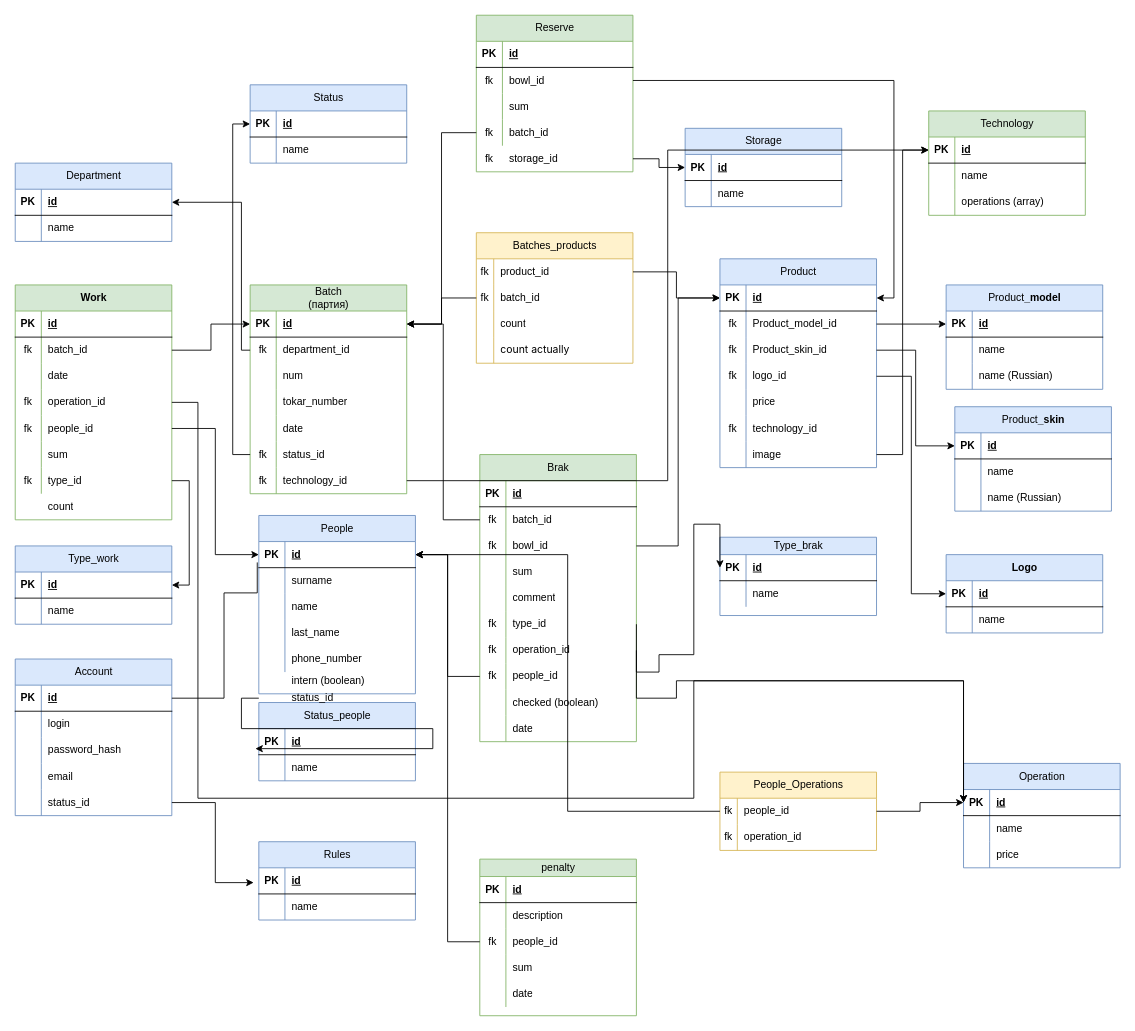
This is CosmoCRM.drawio from OGdanik/db_diagrams, a draw.io file, before an edit. Source tidied: cells renumbered, new cells numbered last; positions are measured from the earlier drawing's top-left corner, leaving out a move shared by most shapes. Both pictures are drawn from the tidied source at 87%, with x=0, y=0 at pixel (15, 15).
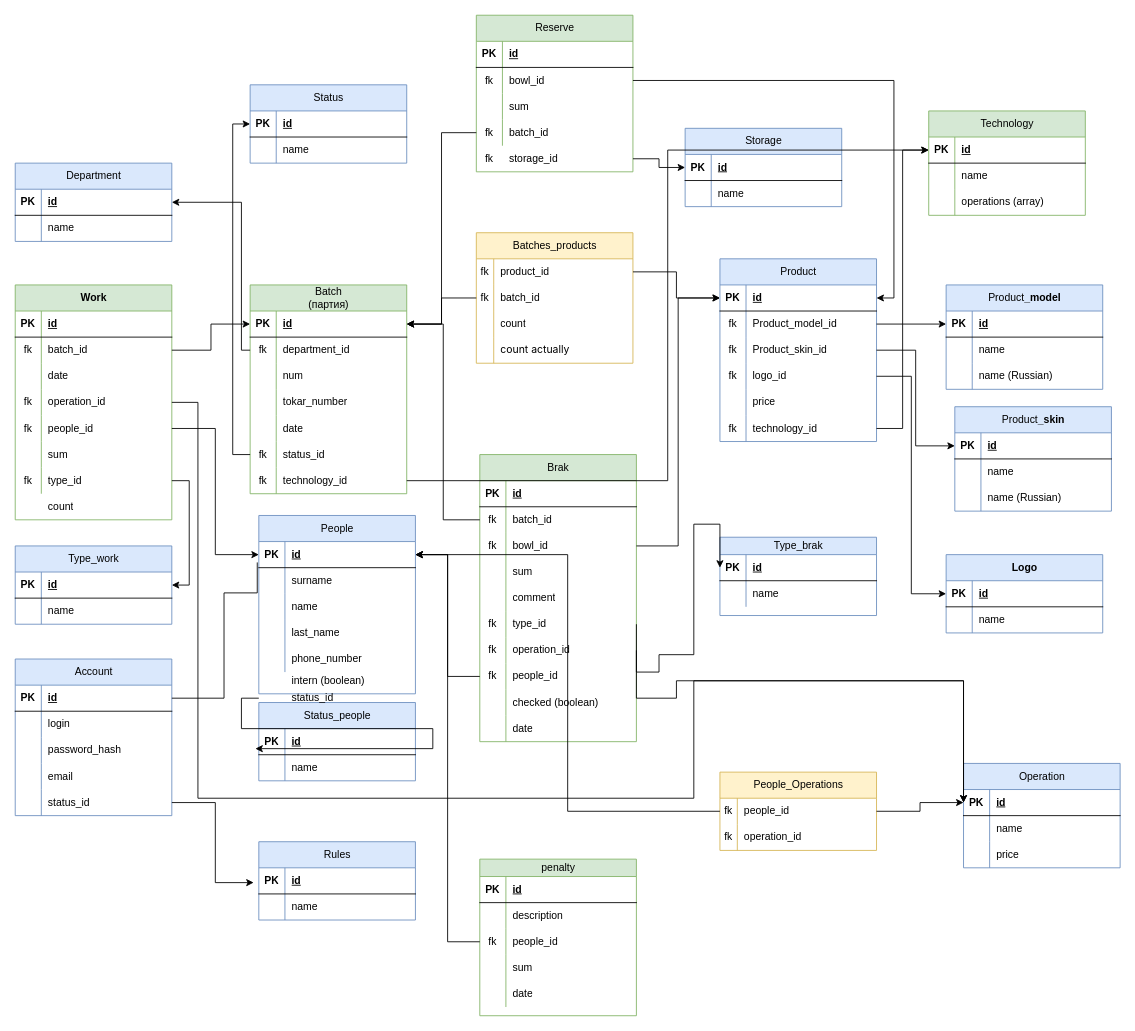
Above is the later version.

The change refers to these unchanged cells:
```xml
<mxCell id="53" style="shape=tableRow;horizontal=0;startSize=0;swimlaneHead=0;swimlaneBody=0;fillColor=none;points=[[0,0.5],[1,0.5]];portConstraint=eastwest;top=0;left=0;right=0;bottom=0;" parent="37" vertex="1">
  <mxGeometry y="180" width="180" height="30" as="geometry" />
</mxCell>
<mxCell id="208" style="shape=tableRow;horizontal=0;startSize=0;swimlaneHead=0;swimlaneBody=0;fillColor=none;points=[[0,0.5],[1,0.5]];portConstraint=eastwest;top=0;left=0;right=0;bottom=1;" parent="207" vertex="1">
  <mxGeometry y="30" width="180" height="30" as="geometry" />
</mxCell>
```

Diff of the diagram source:
```diff
@@
     <mxCell id="37" value="&lt;span style=&quot;font-weight: 400; text-wrap: wrap;&quot;&gt;Product&lt;/span&gt;" style="shape=table;startSize=30;childLayout=tableLayout;rowLines=0;fontStyle=1;align=center;html=1;fillColor=#dae8fc;strokeColor=#6c8ebf;" parent="1" vertex="1">
-      <mxGeometry x="810" y="280" width="180" height="240" as="geometry" />
+      <mxGeometry x="810" y="280" width="180" height="210" as="geometry" />
     </mxCell>
@@
-    <mxCell id="56" style="shape=tableRow;horizontal=0;startSize=0;swimlaneHead=0;swimlaneBody=0;fillColor=none;points=[[0,0.5],[1,0.5]];portConstraint=eastwest;top=0;left=0;right=0;bottom=0;" parent="37" vertex="1">
-      <mxGeometry y="210" width="180" height="30" as="geometry" />
-    </mxCell>
-    <mxCell id="57" style="shape=partialRectangle;fillColor=none;top=0;left=0;bottom=0;right=0;overflow=hidden;whiteSpace=wrap;html=1;" parent="56" vertex="1">
-      <mxGeometry width="30" height="30" as="geometry" />
-    </mxCell>
-    <mxCell id="58" value="image" style="shape=partialRectangle;fillColor=none;top=0;left=0;bottom=0;right=0;align=left;spacingLeft=6;overflow=hidden;whiteSpace=wrap;html=1;" parent="56" vertex="1">
-      <mxGeometry x="30" width="150" height="30" as="geometry" />
-    </mxCell>
@@
-    <mxCell id="218" style="edgeStyle=orthogonalEdgeStyle;rounded=0;jettySize=auto;html=1;exitX=1;exitY=0.5;exitDx=0;exitDy=0;entryX=0;entryY=0.5;entryDx=0;entryDy=0;" parent="1" edge="1" source="56" target="208">
+    <mxCell id="218" style="edgeStyle=orthogonalEdgeStyle;rounded=0;jettySize=auto;html=1;exitX=1;exitY=0.5;exitDx=0;exitDy=0;entryX=0;entryY=0.5;entryDx=0;entryDy=0;" parent="1" edge="1" source="53" target="208">
       <mxGeometry relative="1" as="geometry" />
     </mxCell>
```
